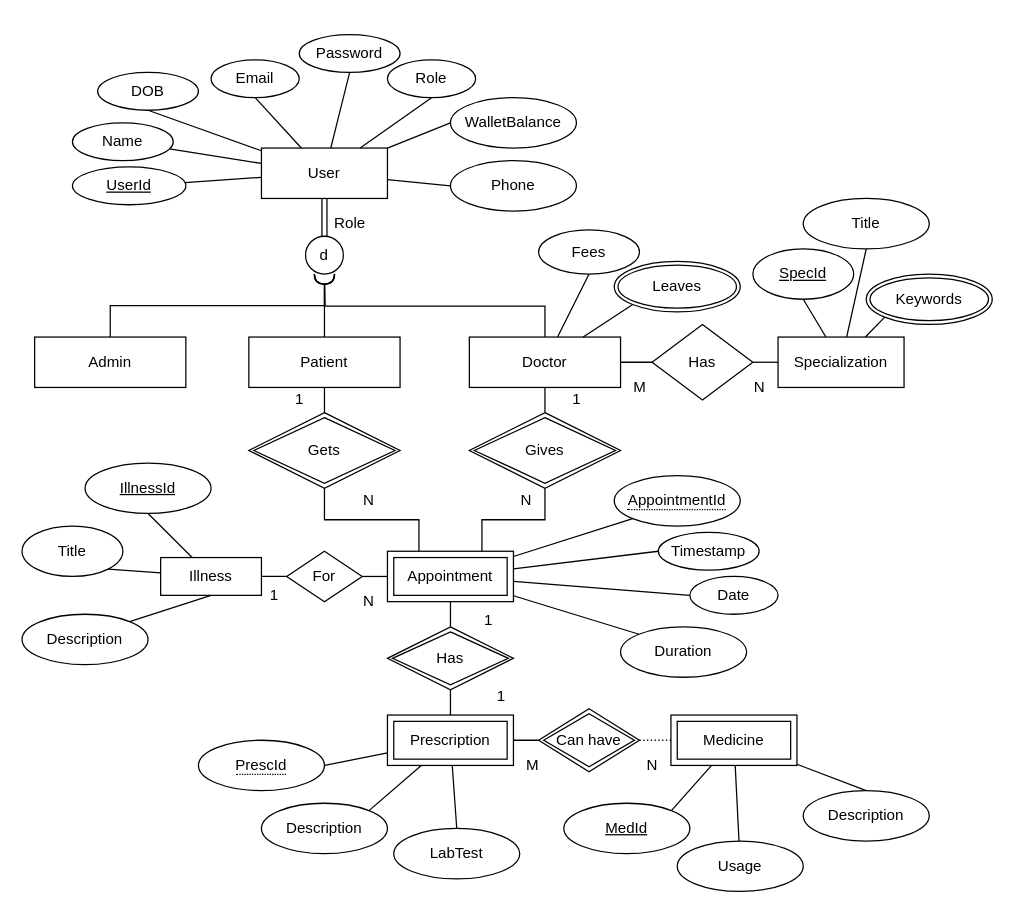
The draw.io diagram draw-io-eer-diagram.drawio in Sanket-BITS-Projects/DBMS-Projet-VMH, before the edit. Source tidied: cells renumbered, new cells numbered last; positions are measured from the earlier drawing's top-left corner, leaving out a move shared by most shapes. Both pictures are drawn from the tidied source at 126%, with x=0, y=0 at pixel (21, 34).
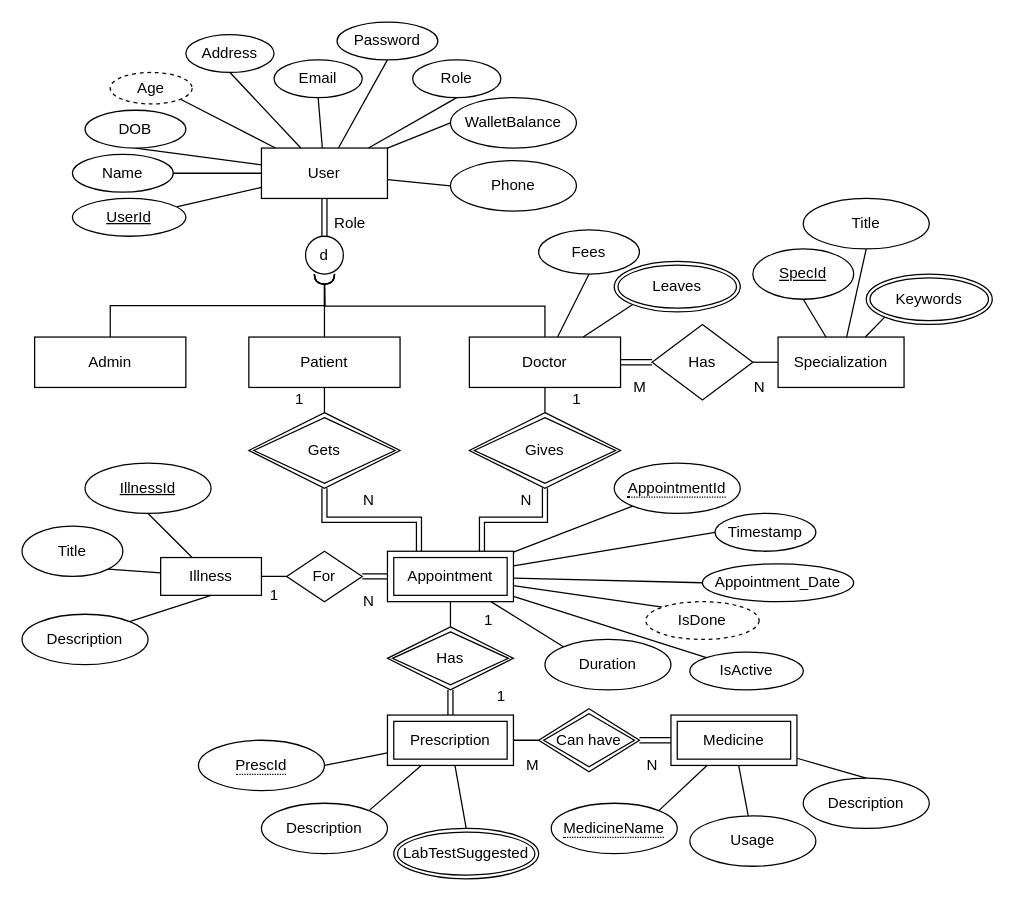
The same diagram, later.

Commit message:
Updated participation constraints

Unchanged cells that the change refers to:
```xml
<mxCell id="3" value="User" style="rounded=0;arcSize=10;whiteSpace=wrap;html=1;align=center;" parent="1" vertex="1">
  <mxGeometry x="190" y="90" width="100" height="40" as="geometry" />
</mxCell>
<mxCell id="8" value="Doctor" style="rounded=0;whiteSpace=wrap;html=1;" parent="1" vertex="1">
  <mxGeometry x="355" y="240" width="120" height="40" as="geometry" />
</mxCell>
<mxCell id="12" value="Has" style="shape=rhombus;perimeter=rhombusPerimeter;whiteSpace=wrap;html=1;align=center;rounded=0;" parent="1" vertex="1">
  <mxGeometry x="500" y="230" width="80" height="60" as="geometry" />
</mxCell>
<mxCell id="17" value="Appointment" style="shape=ext;margin=3;double=1;whiteSpace=wrap;html=1;align=center;rounded=0;" parent="1" vertex="1">
  <mxGeometry x="290" y="410" width="100" height="40" as="geometry" />
</mxCell>
<mxCell id="20" value="Gives" style="shape=rhombus;double=1;perimeter=rhombusPerimeter;whiteSpace=wrap;html=1;align=center;rounded=0;" parent="1" vertex="1">
  <mxGeometry x="355" y="300" width="120" height="60" as="geometry" />
</mxCell>
<mxCell id="23" value="Gets" style="shape=rhombus;double=1;perimeter=rhombusPerimeter;whiteSpace=wrap;html=1;align=center;rounded=0;" parent="1" vertex="1">
  <mxGeometry x="180" y="300" width="120" height="60" as="geometry" />
</mxCell>
<mxCell id="25" value="Prescription" style="shape=ext;margin=3;double=1;whiteSpace=wrap;html=1;align=center;rounded=0;" parent="1" vertex="1">
  <mxGeometry x="290" y="540" width="100" height="40" as="geometry" />
</mxCell>
<mxCell id="26" value="Has" style="shape=rhombus;double=1;perimeter=rhombusPerimeter;whiteSpace=wrap;html=1;align=center;rounded=0;" parent="1" vertex="1">
  <mxGeometry x="290" y="470" width="100" height="50" as="geometry" />
</mxCell>
<mxCell id="29" value="For" style="shape=rhombus;perimeter=rhombusPerimeter;whiteSpace=wrap;html=1;align=center;rounded=0;" parent="1" vertex="1">
  <mxGeometry x="210" y="410" width="60" height="40" as="geometry" />
</mxCell>
<mxCell id="75" value="Medicine" style="shape=ext;margin=3;double=1;whiteSpace=wrap;html=1;align=center;rounded=0;" parent="1" vertex="1">
  <mxGeometry x="515" y="540" width="100" height="40" as="geometry" />
</mxCell>
<mxCell id="78" value="Can have" style="shape=rhombus;double=1;perimeter=rhombusPerimeter;whiteSpace=wrap;html=1;align=center;rounded=0;" parent="1" vertex="1">
  <mxGeometry x="410" y="535" width="80" height="50" as="geometry" />
</mxCell>
```

Diff of the diagram source:
```diff
@@
-    <mxCell id="11" style="edgeStyle=orthogonalEdgeStyle;rounded=0;jettySize=auto;html=1;exitX=0;exitY=0.5;exitDx=0;exitDy=0;entryX=1;entryY=0.5;entryDx=0;entryDy=0;startArrow=none;startFill=0;endArrow=none;endFill=0;" parent="1" edge="1" source="12" target="8">
+    <mxCell id="11" style="edgeStyle=orthogonalEdgeStyle;rounded=0;jettySize=auto;html=1;exitX=0;exitY=0.5;exitDx=0;exitDy=0;entryX=1;entryY=0.5;entryDx=0;entryDy=0;startArrow=none;startFill=0;endArrow=none;endFill=0;shape=link;" parent="1" edge="1" source="12" target="8">
       <mxGeometry relative="1" as="geometry" />
     </mxCell>
@@
-    <mxCell id="16" style="edgeStyle=orthogonalEdgeStyle;rounded=0;jettySize=auto;html=1;exitX=0;exitY=0.5;exitDx=0;exitDy=0;entryX=1;entryY=0.5;entryDx=0;entryDy=0;startArrow=none;startFill=0;endArrow=none;endFill=0;" parent="1" edge="1" source="17" target="29">
+    <mxCell id="16" style="edgeStyle=orthogonalEdgeStyle;rounded=0;jettySize=auto;html=1;exitX=0;exitY=0.5;exitDx=0;exitDy=0;entryX=1;entryY=0.5;entryDx=0;entryDy=0;startArrow=none;startFill=0;endArrow=none;endFill=0;shape=link;" parent="1" edge="1" source="17" target="29">
       <mxGeometry relative="1" as="geometry" />
     </mxCell>
@@
-    <mxCell id="19" style="edgeStyle=orthogonalEdgeStyle;rounded=0;jettySize=auto;html=1;exitX=0.5;exitY=1;exitDx=0;exitDy=0;entryX=0.75;entryY=0;entryDx=0;entryDy=0;startArrow=none;startFill=0;endArrow=none;endFill=0;" parent="1" edge="1" source="20" target="17">
+    <mxCell id="19" style="edgeStyle=orthogonalEdgeStyle;rounded=0;jettySize=auto;html=1;exitX=0.5;exitY=1;exitDx=0;exitDy=0;entryX=0.75;entryY=0;entryDx=0;entryDy=0;startArrow=none;startFill=0;endArrow=none;endFill=0;shape=link;" parent="1" edge="1" source="20" target="17">
       <mxGeometry relative="1" as="geometry" />
     </mxCell>
@@
-    <mxCell id="22" style="edgeStyle=orthogonalEdgeStyle;rounded=0;jettySize=auto;html=1;exitX=0.5;exitY=1;exitDx=0;exitDy=0;entryX=0.25;entryY=0;entryDx=0;entryDy=0;startArrow=none;startFill=0;endArrow=none;endFill=0;" parent="1" edge="1" source="23" target="17">
+    <mxCell id="22" style="edgeStyle=orthogonalEdgeStyle;rounded=0;jettySize=auto;html=1;exitX=0.5;exitY=1;exitDx=0;exitDy=0;entryX=0.25;entryY=0;entryDx=0;entryDy=0;startArrow=none;startFill=0;endArrow=none;endFill=0;shape=link;" parent="1" edge="1" source="23" target="17">
       <mxGeometry relative="1" as="geometry" />
     </mxCell>
@@
-    <mxCell id="24" style="edgeStyle=orthogonalEdgeStyle;rounded=0;jettySize=auto;html=1;exitX=0.5;exitY=0;exitDx=0;exitDy=0;startArrow=none;startFill=0;endArrow=none;endFill=0;" parent="1" edge="1" source="25" target="26">
+    <mxCell id="24" style="edgeStyle=orthogonalEdgeStyle;rounded=0;jettySize=auto;html=1;exitX=0.5;exitY=0;exitDx=0;exitDy=0;startArrow=none;startFill=0;endArrow=none;endFill=0;shape=link;" parent="1" edge="1" source="25" target="26">
       <mxGeometry relative="1" as="geometry" />
     </mxCell>
@@
     <mxCell id="31" value="UserId" style="ellipse;whiteSpace=wrap;html=1;align=center;fontStyle=4;rounded=0;" parent="1" vertex="1">
-      <mxGeometry x="40" y="105" width="90" height="30" as="geometry" />
+      <mxGeometry x="40" y="130" width="90" height="30" as="geometry" />
     </mxCell>
@@
     <mxCell id="33" value="Name" style="ellipse;whiteSpace=wrap;html=1;align=center;rounded=0;" parent="1" vertex="1">
-      <mxGeometry x="40" y="70" width="80" height="30" as="geometry" />
+      <mxGeometry x="40" y="95" width="80" height="30" as="geometry" />
     </mxCell>
@@
     <mxCell id="35" value="DOB" style="ellipse;whiteSpace=wrap;html=1;align=center;rounded=0;" parent="1" vertex="1">
-      <mxGeometry x="60" y="30" width="80" height="30" as="geometry" />
+      <mxGeometry x="50" y="60" width="80" height="30" as="geometry" />
     </mxCell>
@@
     <mxCell id="37" value="Email" style="ellipse;whiteSpace=wrap;html=1;align=center;rounded=0;" parent="1" vertex="1">
-      <mxGeometry x="150" y="20" width="70" height="30" as="geometry" />
+      <mxGeometry x="200" y="20" width="70" height="30" as="geometry" />
     </mxCell>
@@
     <mxCell id="39" value="Password" style="ellipse;whiteSpace=wrap;html=1;align=center;rounded=0;" parent="1" vertex="1">
-      <mxGeometry x="220" width="80" height="30" as="geometry" />
+      <mxGeometry x="250" y="-10" width="80" height="30" as="geometry" />
     </mxCell>
@@
     <mxCell id="41" value="Role" style="ellipse;whiteSpace=wrap;html=1;align=center;rounded=0;" parent="1" vertex="1">
-      <mxGeometry x="290" y="20" width="70" height="30" as="geometry" />
+      <mxGeometry x="310" y="20" width="70" height="30" as="geometry" />
     </mxCell>
@@
     <mxCell id="64" value="&lt;span style=&quot;border-bottom: 1px dotted&quot;&gt;AppointmentId&lt;/span&gt;" style="ellipse;whiteSpace=wrap;html=1;align=center;rounded=0;" parent="1" vertex="1">
-      <mxGeometry x="470" y="350" width="100" height="40" as="geometry" />
+      <mxGeometry x="470" y="340" width="100" height="40" as="geometry" />
     </mxCell>
@@
     <mxCell id="66" value="Timestamp" style="ellipse;whiteSpace=wrap;html=1;align=center;rounded=0;" parent="1" vertex="1">
-      <mxGeometry x="505" y="395" width="80" height="30" as="geometry" />
+      <mxGeometry x="550" y="380" width="80" height="30" as="geometry" />
     </mxCell>
@@
-    <mxCell id="68" value="Date" style="ellipse;whiteSpace=wrap;html=1;align=center;rounded=0;" parent="1" vertex="1">
-      <mxGeometry x="530" y="430" width="70" height="30" as="geometry" />
+    <mxCell id="68" value="Appointment_Date" style="ellipse;whiteSpace=wrap;html=1;align=center;rounded=0;" parent="1" vertex="1">
+      <mxGeometry x="540" y="420" width="120" height="30" as="geometry" />
     </mxCell>
@@
     <mxCell id="70" value="Duration" style="ellipse;whiteSpace=wrap;html=1;align=center;rounded=0;" parent="1" vertex="1">
-      <mxGeometry x="475" y="470" width="100" height="40" as="geometry" />
+      <mxGeometry x="415" y="480" width="100" height="40" as="geometry" />
     </mxCell>
@@
-    <mxCell id="77" style="edgeStyle=orthogonalEdgeStyle;rounded=0;jettySize=auto;html=1;exitX=1;exitY=0.5;exitDx=0;exitDy=0;entryX=0;entryY=0.5;entryDx=0;entryDy=0;startArrow=none;startFill=0;endArrow=none;endFill=0;dashed=1;dashPattern=1 2;" parent="1" edge="1" source="78" target="75">
+    <mxCell id="77" style="edgeStyle=orthogonalEdgeStyle;rounded=0;jettySize=auto;html=1;exitX=1;exitY=0.5;exitDx=0;exitDy=0;entryX=0;entryY=0.5;entryDx=0;entryDy=0;startArrow=none;startFill=0;endArrow=none;endFill=0;shape=link;" parent="1" edge="1" source="78" target="75">
       <mxGeometry relative="1" as="geometry" />
     </mxCell>
@@
-    <mxCell id="80" value="LabTest" style="ellipse;whiteSpace=wrap;html=1;align=center;rounded=0;" parent="1" vertex="1">
-      <mxGeometry x="295" y="630" width="100" height="40" as="geometry" />
+    <mxCell id="80" value="LabTestSuggested" style="ellipse;shape=doubleEllipse;margin=3;whiteSpace=wrap;html=1;align=center;" parent="1" vertex="1">
+      <mxGeometry x="295" y="630" width="115" height="40" as="geometry" />
     </mxCell>
-    <mxCell id="81" style="edgeStyle=none;rounded=0;jettySize=auto;html=1;exitX=1;exitY=0;exitDx=0;exitDy=0;startArrow=none;startFill=0;endArrow=none;endFill=0;" parent="1" edge="1" source="82" target="75">
-      <mxGeometry relative="1" as="geometry" />
-    </mxCell>
-    <mxCell id="82" value="MedId" style="ellipse;whiteSpace=wrap;html=1;align=center;fontStyle=4;rounded=0;" parent="1" vertex="1">
-      <mxGeometry x="430" y="610" width="100" height="40" as="geometry" />
-    </mxCell>
@@
     <mxCell id="84" value="Usage" style="ellipse;whiteSpace=wrap;html=1;align=center;rounded=0;" parent="1" vertex="1">
-      <mxGeometry x="520" y="640" width="100" height="40" as="geometry" />
+      <mxGeometry x="530" y="620" width="100" height="40" as="geometry" />
     </mxCell>
@@
     <mxCell id="86" value="Description" style="ellipse;whiteSpace=wrap;html=1;align=center;rounded=0;" parent="1" vertex="1">
-      <mxGeometry x="620" y="600" width="100" height="40" as="geometry" />
+      <mxGeometry x="620" y="590" width="100" height="40" as="geometry" />
     </mxCell>
@@
+    <mxCell id="99" style="rounded=0;jettySize=auto;html=1;exitX=1;exitY=1;exitDx=0;exitDy=0;strokeColor=none;endArrow=none;endFill=0;" parent="1" edge="1" source="101" target="3">
+      <mxGeometry relative="1" as="geometry" />
+    </mxCell>
+    <mxCell id="100" style="edgeStyle=none;rounded=0;jettySize=auto;html=1;exitX=1;exitY=1;exitDx=0;exitDy=0;endArrow=none;endFill=0;" parent="1" edge="1" source="101" target="3">
+      <mxGeometry relative="1" as="geometry" />
+    </mxCell>
+    <mxCell id="101" value="Age" style="ellipse;whiteSpace=wrap;html=1;align=center;dashed=1;" parent="1" vertex="1">
+      <mxGeometry x="70" y="30" width="65" height="25" as="geometry" />
+    </mxCell>
+    <mxCell id="102" style="edgeStyle=none;rounded=0;jettySize=auto;html=1;exitX=0.5;exitY=1;exitDx=0;exitDy=0;endArrow=none;endFill=0;" parent="1" edge="1" source="103" target="3">
+      <mxGeometry relative="1" as="geometry" />
+    </mxCell>
+    <mxCell id="103" value="Address" style="ellipse;whiteSpace=wrap;html=1;align=center;" parent="1" vertex="1">
+      <mxGeometry x="130" width="70" height="30" as="geometry" />
+    </mxCell>
+    <mxCell id="104" style="edgeStyle=none;rounded=0;jettySize=auto;html=1;exitX=1;exitY=0;exitDx=0;exitDy=0;endArrow=none;endFill=0;" parent="1" edge="1" source="105" target="75">
+      <mxGeometry relative="1" as="geometry" />
+    </mxCell>
+    <mxCell id="105" value="&lt;span style=&quot;border-bottom: 1px dotted&quot;&gt;MedicineName&lt;/span&gt;" style="ellipse;whiteSpace=wrap;html=1;align=center;" parent="1" vertex="1">
+      <mxGeometry x="420" y="610" width="100" height="40" as="geometry" />
+    </mxCell>
+    <mxCell id="106" style="edgeStyle=none;rounded=0;jettySize=auto;html=1;exitX=0;exitY=0;exitDx=0;exitDy=0;endArrow=none;endFill=0;" parent="1" edge="1" source="107" target="17">
+      <mxGeometry relative="1" as="geometry" />
+    </mxCell>
+    <mxCell id="107" value="IsDone" style="ellipse;whiteSpace=wrap;html=1;align=center;dashed=1;" parent="1" vertex="1">
+      <mxGeometry x="495" y="450" width="90" height="30" as="geometry" />
+    </mxCell>
+    <mxCell id="108" style="edgeStyle=none;rounded=0;jettySize=auto;html=1;exitX=0;exitY=0;exitDx=0;exitDy=0;endArrow=none;endFill=0;" parent="1" edge="1" source="109" target="17">
+      <mxGeometry relative="1" as="geometry" />
+    </mxCell>
+    <mxCell id="109" value="IsActive" style="ellipse;whiteSpace=wrap;html=1;align=center;" parent="1" vertex="1">
+      <mxGeometry x="530" y="490" width="90" height="30" as="geometry" />
+    </mxCell>
+    <mxCell id="110" style="edgeStyle=none;rounded=0;orthogonalLoop=1;jettySize=auto;html=1;exitX=0.5;exitY=1;exitDx=0;exitDy=0;endArrow=none;endFill=0;" parent="1" edge="1" source="109" target="109">
+      <mxGeometry relative="1" as="geometry" />
+    </mxCell>
```
